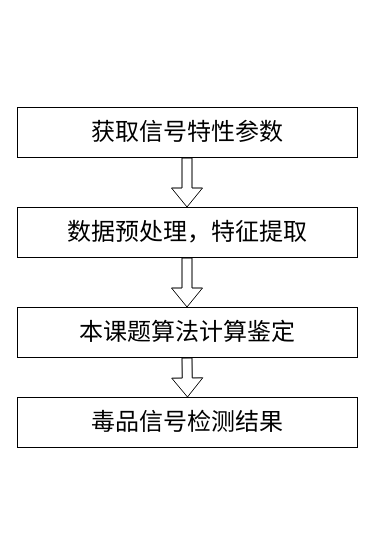
This is 算法流程2.drawio from AAYESLY/bishe-github, a draw.io file, before an edit. Source tidied: cells renumbered, new cells numbered last; positions are measured from the earlier drawing's top-left corner, leaving out a move shared by most shapes. Both pictures are drawn from the tidied source at 100%, with x=0, y=0 at pixel (17, 107).
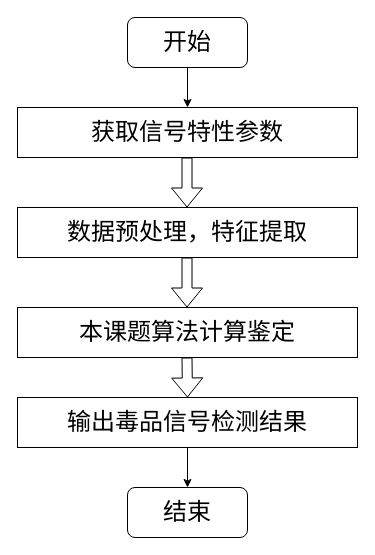
After the change.

Commit message:
更新算法流程2.drawio

The edit, as a diff of the source:
```diff
@@
 <mxGraphModel>
   <root>
     <mxCell id="0" />
     <mxCell id="1" parent="0" />
     <mxCell id="2" value="&lt;font face=&quot;宋体&quot;&gt;获取信号特性参数&lt;/font&gt;" style="rounded=0;whiteSpace=wrap;html=1;fontSize=24;" parent="1" vertex="1">
       <mxGeometry width="340" height="50" as="geometry" />
     </mxCell>
     <mxCell id="3" value="&lt;font face=&quot;宋体&quot;&gt;数据预处理，特征提取&lt;/font&gt;" style="rounded=0;whiteSpace=wrap;html=1;fontSize=24;" parent="1" vertex="1">
       <mxGeometry y="100" width="340" height="50" as="geometry" />
     </mxCell>
     <mxCell id="4" value="&lt;font face=&quot;宋体&quot;&gt;本课题算法计算鉴定&lt;/font&gt;" style="rounded=0;whiteSpace=wrap;html=1;fontSize=24;" parent="1" vertex="1">
       <mxGeometry y="200" width="340" height="50" as="geometry" />
     </mxCell>
-    <mxCell id="5" value="&lt;font face=&quot;宋体&quot;&gt;毒品信号检测结果&lt;/font&gt;" style="rounded=0;whiteSpace=wrap;html=1;fontSize=24;" parent="1" vertex="1">
+    <mxCell id="5" value="&lt;font face=&quot;宋体&quot;&gt;输出毒品信号检测结果&lt;/font&gt;" style="rounded=0;whiteSpace=wrap;html=1;fontSize=24;" parent="1" vertex="1">
       <mxGeometry y="290" width="340" height="50" as="geometry" />
     </mxCell>
     <mxCell id="6" style="shape=flexArrow;endArrow=classic;html=1;rounded=0;fontSize=24;exitX=0.5;exitY=1;exitDx=0;exitDy=0;" parent="1" edge="1">
       <mxGeometry relative="1" as="geometry">
         <mxPoint x="169.5" y="50" as="sourcePoint" />
         <mxPoint x="169.5" y="100" as="targetPoint" />
       </mxGeometry>
     </mxCell>
     <mxCell id="7" style="shape=flexArrow;endArrow=classic;html=1;rounded=0;fontSize=24;exitX=0.5;exitY=1;exitDx=0;exitDy=0;" parent="1" edge="1">
       <mxGeometry relative="1" as="geometry">
         <mxPoint x="169.5" y="150" as="sourcePoint" />
         <mxPoint x="169.5" y="200" as="targetPoint" />
       </mxGeometry>
     </mxCell>
     <mxCell id="8" style="shape=flexArrow;endArrow=classic;html=1;rounded=0;fontSize=24;exitX=0.5;exitY=1;exitDx=0;exitDy=0;" parent="1" edge="1">
       <mxGeometry relative="1" as="geometry">
         <mxPoint x="169.5" y="250" as="sourcePoint" />
         <mxPoint x="170" y="290" as="targetPoint" />
       </mxGeometry>
     </mxCell>
+    <mxCell id="9" value="&lt;font face=&quot;宋体&quot; style=&quot;font-size: 24px;&quot;&gt;开始&lt;/font&gt;" style="rounded=1;whiteSpace=wrap;html=1;" parent="1" vertex="1">
+      <mxGeometry x="110" y="-90" width="120" height="50" as="geometry" />
+    </mxCell>
+    <mxCell id="10" style="endArrow=classic;html=1;rounded=0;fontSize=24;exitX=0.5;exitY=1;exitDx=0;exitDy=0;entryX=0.5;entryY=0;entryDx=0;entryDy=0;" parent="1" edge="1" source="9" target="2">
+      <mxGeometry relative="1" as="geometry" />
+    </mxCell>
+    <mxCell id="11" value="&lt;font face=&quot;宋体&quot; style=&quot;font-size: 24px;&quot;&gt;结束&lt;/font&gt;" style="rounded=1;whiteSpace=wrap;html=1;" parent="1" vertex="1">
+      <mxGeometry x="110" y="380" width="120" height="50" as="geometry" />
+    </mxCell>
+    <mxCell id="12" style="endArrow=classic;html=1;rounded=0;fontSize=24;exitX=0.5;exitY=1;exitDx=0;exitDy=0;entryX=0.5;entryY=0;entryDx=0;entryDy=0;" parent="1" edge="1" source="5" target="11">
+      <mxGeometry relative="1" as="geometry" />
+    </mxCell>
   </root>
 </mxGraphModel>
```
